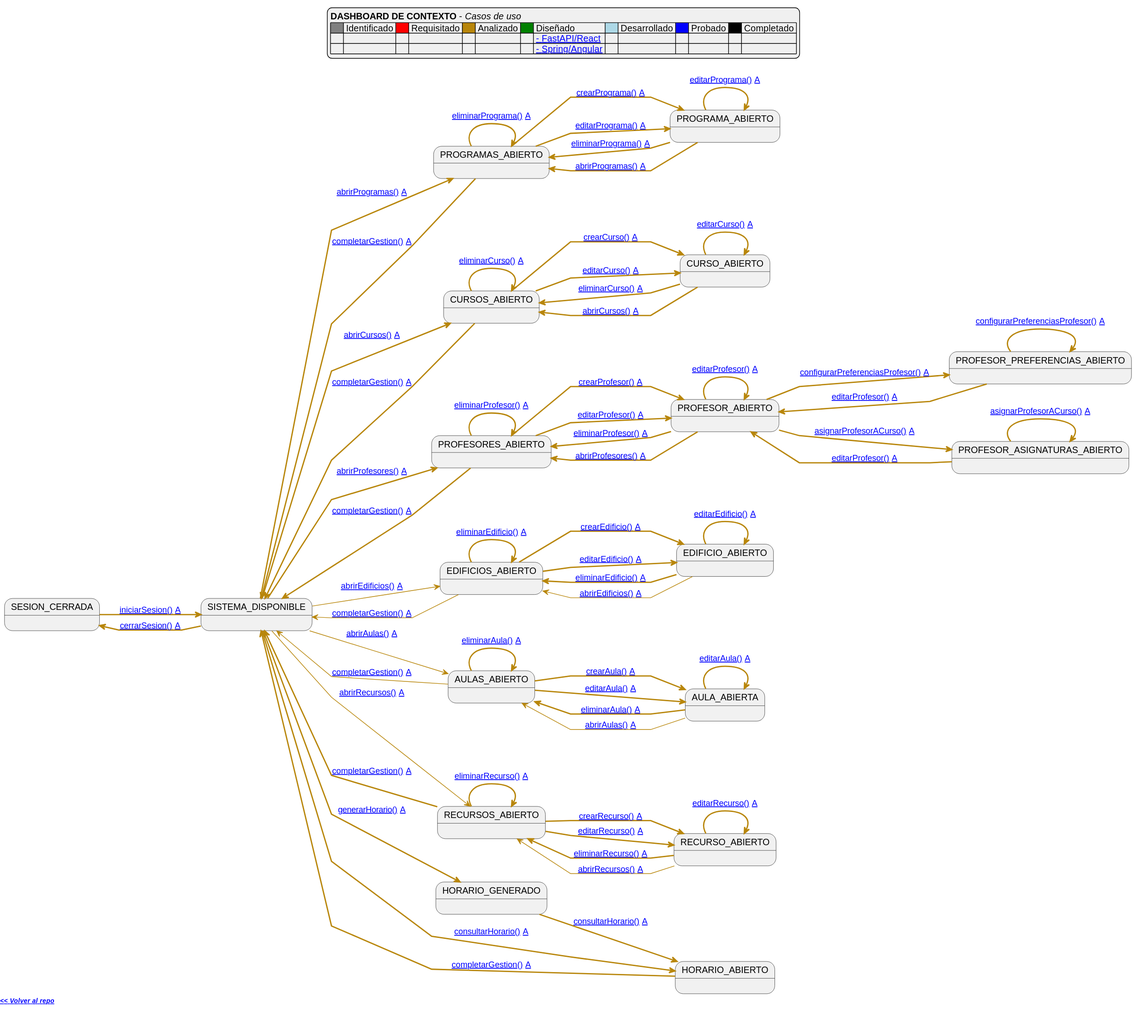
This is images/RUP/99-seguimiento/diagrama-contexto-administrador.svg from mmasias/pySigHor, a PlantUML export, as it was before one commit.
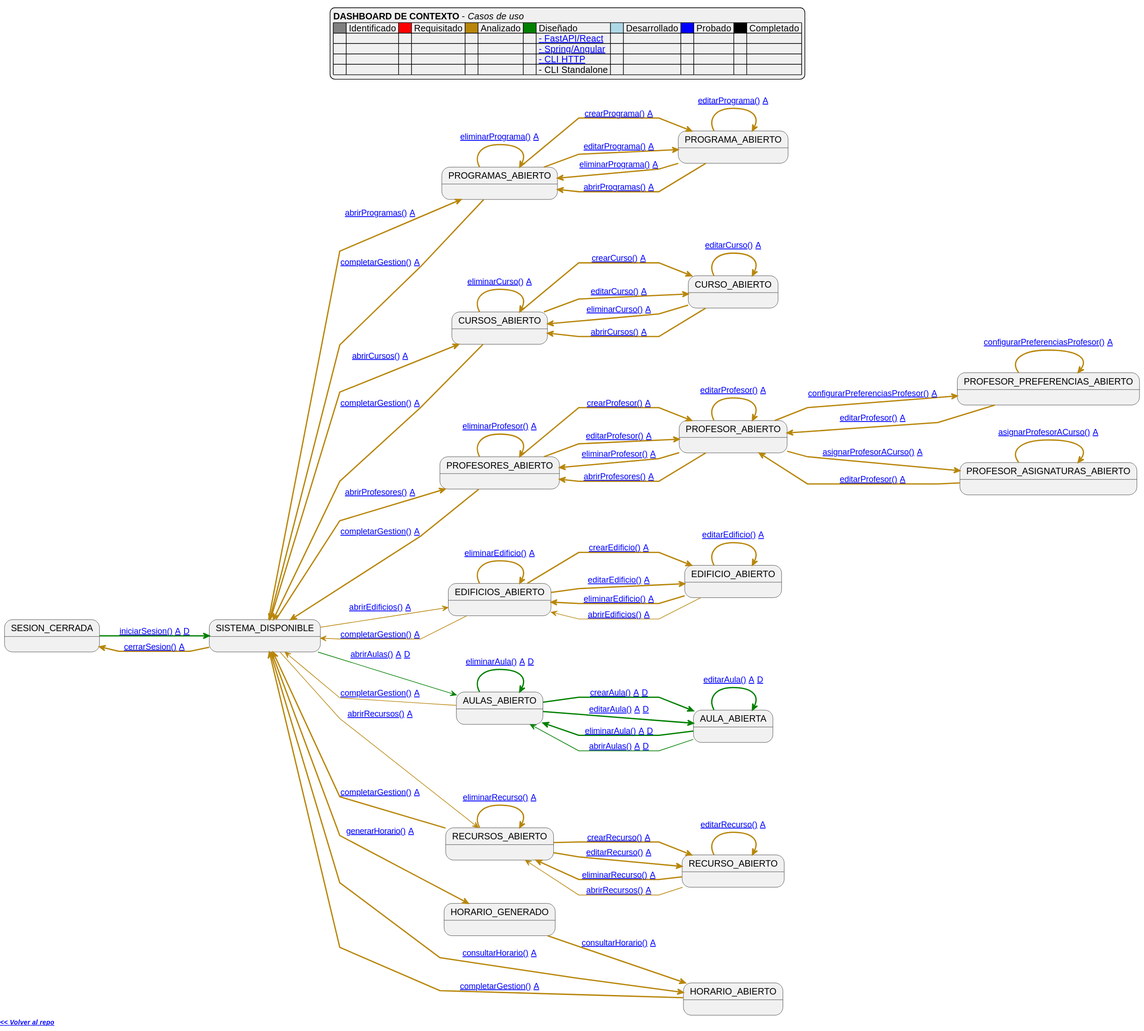
The same file after the commit.

What changed in the source:
```diff
@@ -17,6 +17,8 @@
     |<#gray>     | Identificado |<#red>     | Requisitado |<#darkgoldenrod>     | Analizado |<#green>     | Diseñado |<#lightblue>     | Desarrollado |<#blue>     | Probado |<#black>     | Completado |
     | | | | | | | | [[https://raw.githubusercontent.com/mmasias/pySigHor/diseño-fastapi-react/images/RUP/99-seguimiento/diagrama-contexto-administrador.svg - FastAPI/React]] |
     | | | | | | | | [[https://raw.githubusercontent.com/mmasias/pySigHor/diseño-spring-angular/images/RUP/99-seguimiento/diagrama-contexto-administrador.svg - Spring/Angular]] |
+    | | | | | | | | [[https://raw.githubusercontent.com/mmasias/pySigHor/diseño-cli-python-http/images/RUP/99-seguimiento/diagrama-contexto-administrador.svg - CLI HTTP]] |
+    | | | | | | | | - CLI Standalone |
 end legend
 
 footer
@@ -44,14 +46,14 @@
 state "HORARIO_GENERADO" as Generacion
 state "HORARIO_ABIERTO" as Consulta
 
-NoAuth -[#darkgoldenrod,thickness=2]-> Menu: [[https://github.com/mmasias/pySigHor/blob/main/RUP/00-casos-uso/02-detalle/iniciarSesion/README.md iniciarSesion()]] [[https://github.com/mmasias/pySigHor/blob/main/RUP/01-analisis/casos-uso/iniciarSesion/README.md A]]
+NoAuth -[#green,thickness=2]-> Menu: [[https://github.com/mmasias/pySigHor/blob/main/RUP/00-casos-uso/02-detalle/iniciarSesion/README.md iniciarSesion()]] [[https://github.com/mmasias/pySigHor/blob/main/RUP/01-analisis/casos-uso/iniciarSesion/README.md A]] [[https://github.com/mmasias/pySigHor/blob/diseño-cli-python-standalone/RUP/02-diseño/casos-uso/iniciarSesion/README.md D]]
 
 Menu -[#darkgoldenrod,thickness=2]-> NoAuth: [[https://github.com/mmasias/pySigHor/blob/main/RUP/00-casos-uso/02-detalle/cerrarSesion/README.md cerrarSesion()]] [[https://github.com/mmasias/pySigHor/blob/main/RUP/01-analisis/casos-uso/cerrarSesion/README.md A]]
 Menu -[#darkgoldenrod,thickness=2]-> ListProgramas: [[https://github.com/mmasias/pySigHor/blob/main/RUP/00-casos-uso/02-detalle/abrirProgramas/README.md abrirProgramas()]] [[https://github.com/mmasias/pySigHor/blob/main/RUP/01-analisis/casos-uso/abrirProgramas/README.md A]]
 Menu -[#darkgoldenrod,thickness=2]-> ListCursos: [[https://github.com/mmasias/pySigHor/blob/main/RUP/00-casos-uso/02-detalle/abrirCursos/README.md abrirCursos()]] [[https://github.com/mmasias/pySigHor/blob/main/RUP/01-analisis/casos-uso/abrirCursos/README.md A]]
 Menu -[#darkgoldenrod,thickness=2]-> ListProfesores: [[https://github.com/mmasias/pySigHor/blob/main/RUP/00-casos-uso/02-detalle/abrirProfesores/README.md abrirProfesores()]] [[https://github.com/mmasias/pySigHor/blob/main/RUP/01-analisis/casos-uso/abrirProfesores/README.md A]]
 Menu -[#darkgoldenrod]-> ListEdificios: [[https://github.com/mmasias/pySigHor/blob/main/RUP/00-casos-uso/02-detalle/abrirEdificios/README.md abrirEdificios()]] [[https://github.com/mmasias/pySigHor/blob/main/RUP/01-analisis/casos-uso/abrirEdificios/README.md A]]
-Menu -[#darkgoldenrod]-> ListAulas: [[https://github.com/mmasias/pySigHor/blob/main/RUP/00-casos-uso/02-detalle/abrirAulas/README.md abrirAulas()]] [[https://github.com/mmasias/pySigHor/blob/main/RUP/01-analisis/casos-uso/abrirAulas/README.md A]]
+Menu -[#green]-> ListAulas: [[https://github.com/mmasias/pySigHor/blob/main/RUP/00-casos-uso/02-detalle/abrirAulas/README.md abrirAulas()]] [[https://github.com/mmasias/pySigHor/blob/main/RUP/01-analisis/casos-uso/abrirAulas/README.md A]] [[https://github.com/mmasias/pySigHor/blob/diseño-cli-python-standalone/RUP/02-diseño/casos-uso/abrirAulas/README.md D]]
 Menu -[#darkgoldenrod]-> ListRecursos: [[https://github.com/mmasias/pySigHor/blob/main/RUP/00-casos-uso/02-detalle/abrirRecursos/README.md abrirRecursos()]] [[https://github.com/mmasias/pySigHor/blob/main/RUP/01-analisis/casos-uso/abrirRecursos/README.md A]]
 Menu -[#darkgoldenrod,bold]-> Generacion: [[https://github.com/mmasias/pySigHor/blob/main/RUP/00-casos-uso/02-detalle/generarHorario/README.md generarHorario()]] [[https://github.com/mmasias/pySigHor/blob/main/RUP/01-analisis/casos-uso/generarHorario/README.md A]]
 Menu -[#darkgoldenrod,bold]-> Consulta: [[https://github.com/mmasias/pySigHor/blob/main/RUP/00-casos-uso/02-detalle/consultarHorario/README.md consultarHorario()]] [[https://github.com/mmasias/pySigHor/blob/main/RUP/01-analisis/casos-uso/consultarHorario/README.md A]]
@@ -87,12 +89,12 @@
 EditEdificio -[#darkgoldenrod,bold]-> EditEdificio: [[https://github.com/mmasias/pySigHor/blob/main/RUP/00-casos-uso/02-detalle/editarEdificio/README.md editarEdificio()]] [[https://github.com/mmasias/pySigHor/blob/main/RUP/01-analisis/casos-uso/editarEdificio/README.md A]]
 EditEdificio -[#darkgoldenrod,bold]-> ListEdificios: [[https://github.com/mmasias/pySigHor/blob/main/RUP/00-casos-uso/02-detalle/eliminarEdificio/README.md eliminarEdificio()]] [[https://github.com/mmasias/pySigHor/blob/main/RUP/01-analisis/casos-uso/eliminarEdificio/README.md A]]
 EditEdificio -[#darkgoldenrod]-> ListEdificios: [[https://github.com/mmasias/pySigHor/blob/main/RUP/00-casos-uso/02-detalle/abrirEdificios/README.md abrirEdificios()]] [[https://github.com/mmasias/pySigHor/blob/main/RUP/01-analisis/casos-uso/abrirEdificios/README.md A]]
-ListAulas -[#darkgoldenrod,bold]-> EditAula: [[https://github.com/mmasias/pySigHor/blob/main/RUP/00-casos-uso/02-detalle/crearAula/README.md crearAula()]] [[https://github.com/mmasias/pySigHor/blob/main/RUP/01-analisis/casos-uso/crearAula/README.md A]]
-ListAulas -[#darkgoldenrod,bold]-> EditAula: [[https://github.com/mmasias/pySigHor/blob/main/RUP/00-casos-uso/02-detalle/editarAula/README.md editarAula()]] [[https://github.com/mmasias/pySigHor/blob/main/RUP/01-analisis/casos-uso/editarAula/README.md A]]
-ListAulas -[#darkgoldenrod,bold]-> ListAulas: [[https://github.com/mmasias/pySigHor/blob/main/RUP/00-casos-uso/02-detalle/eliminarAula/README.md eliminarAula()]] [[https://github.com/mmasias/pySigHor/blob/main/RUP/01-analisis/casos-uso/eliminarAula/README.md A]]
-EditAula -[#darkgoldenrod,bold]-> EditAula: [[https://github.com/mmasias/pySigHor/blob/main/RUP/00-casos-uso/02-detalle/editarAula/README.md editarAula()]] [[https://github.com/mmasias/pySigHor/blob/main/RUP/01-analisis/casos-uso/editarAula/README.md A]]
-EditAula -[#darkgoldenrod,bold]-> ListAulas: [[https://github.com/mmasias/pySigHor/blob/main/RUP/00-casos-uso/02-detalle/eliminarAula/README.md eliminarAula()]] [[https://github.com/mmasias/pySigHor/blob/main/RUP/01-analisis/casos-uso/eliminarAula/README.md A]]
-EditAula -[#darkgoldenrod]-> ListAulas: [[https://github.com/mmasias/pySigHor/blob/main/RUP/00-casos-uso/02-detalle/abrirAulas/README.md abrirAulas()]] [[https://github.com/mmasias/pySigHor/blob/main/RUP/01-analisis/casos-uso/abrirAulas/README.md A]]
+ListAulas -[#green,bold]-> EditAula: [[https://github.com/mmasias/pySigHor/blob/main/RUP/00-casos-uso/02-detalle/crearAula/README.md crearAula()]] [[https://github.com/mmasias/pySigHor/blob/main/RUP/01-analisis/casos-uso/crearAula/README.md A]] [[https://github.com/mmasias/pySigHor/blob/diseño-cli-python-standalone/RUP/02-diseño/casos-uso/crearAula/README.md D]]
+ListAulas -[#green,bold]-> EditAula: [[https://github.com/mmasias/pySigHor/blob/main/RUP/00-casos-uso/02-detalle/editarAula/README.md editarAula()]] [[https://github.com/mmasias/pySigHor/blob/main/RUP/01-analisis/casos-uso/editarAula/README.md A]] [[https://github.com/mmasias/pySigHor/blob/diseño-cli-python-standalone/RUP/02-diseño/casos-uso/editarAula/README.md D]]
+ListAulas -[#green,bold]-> ListAulas: [[https://github.com/mmasias/pySigHor/blob/main/RUP/00-casos-uso/02-detalle/eliminarAula/README.md eliminarAula()]] [[https://github.com/mmasias/pySigHor/blob/main/RUP/01-analisis/casos-uso/eliminarAula/README.md A]] [[https://github.com/mmasias/pySigHor/blob/diseño-cli-python-standalone/RUP/02-diseño/casos-uso/eliminarAula/README.md D]]
+EditAula -[#green,bold]-> EditAula: [[https://github.com/mmasias/pySigHor/blob/main/RUP/00-casos-uso/02-detalle/editarAula/README.md editarAula()]] [[https://github.com/mmasias/pySigHor/blob/main/RUP/01-analisis/casos-uso/editarAula/README.md A]] [[https://github.com/mmasias/pySigHor/blob/diseño-cli-python-standalone/RUP/02-diseño/casos-uso/editarAula/README.md D]]
+EditAula -[#green,bold]-> ListAulas: [[https://github.com/mmasias/pySigHor/blob/main/RUP/00-casos-uso/02-detalle/eliminarAula/README.md eliminarAula()]] [[https://github.com/mmasias/pySigHor/blob/main/RUP/01-analisis/casos-uso/eliminarAula/README.md A]] [[https://github.com/mmasias/pySigHor/blob/diseño-cli-python-standalone/RUP/02-diseño/casos-uso/eliminarAula/README.md D]]
+EditAula -[#green]-> ListAulas: [[https://github.com/mmasias/pySigHor/blob/main/RUP/00-casos-uso/02-detalle/abrirAulas/README.md abrirAulas()]] [[https://github.com/mmasias/pySigHor/blob/main/RUP/01-analisis/casos-uso/abrirAulas/README.md A]] [[https://github.com/mmasias/pySigHor/blob/diseño-cli-python-standalone/RUP/02-diseño/casos-uso/abrirAulas/README.md D]]
 ListRecursos -[#darkgoldenrod,bold]-> EditRecurso: [[https://github.com/mmasias/pySigHor/blob/main/RUP/00-casos-uso/02-detalle/crearRecurso/README.md crearRecurso()]] [[https://github.com/mmasias/pySigHor/blob/main/RUP/01-analisis/casos-uso/crearRecurso/README.md A]]
 ListRecursos -[#darkgoldenrod,bold]-> EditRecurso: [[https://github.com/mmasias/pySigHor/blob/main/RUP/00-casos-uso/02-detalle/editarRecurso/README.md editarRecurso()]] [[https://github.com/mmasias/pySigHor/blob/main/RUP/01-analisis/casos-uso/editarRecurso/README.md A]]
 ListRecursos -[#darkgoldenrod,bold]-> ListRecursos: [[https://github.com/mmasias/pySigHor/blob/main/RUP/00-casos-uso/02-detalle/eliminarRecurso/README.md eliminarRecurso()]] [[https://github.com/mmasias/pySigHor/blob/main/RUP/01-analisis/casos-uso/eliminarRecurso/README.md A]]
```
